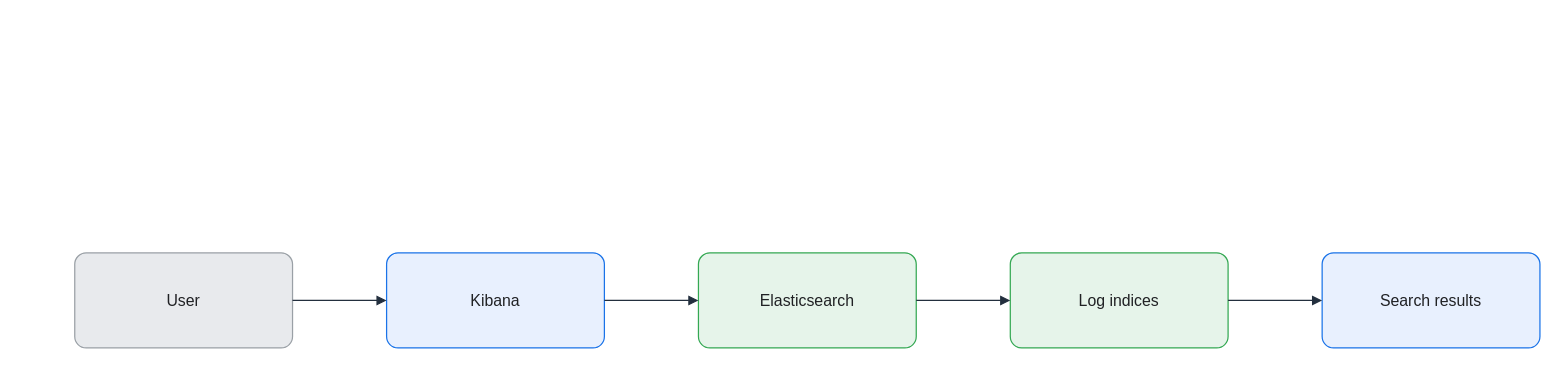
The draw.io diagram assets/img/observability/kibana-query-flow.drawio in KKamJi98/kkamji98.github.io, before the edit. Source tidied: cells renumbered, new cells numbered last; positions are measured from the earlier drawing's top-left corner, leaving out a move shared by most shapes. Both pictures are drawn from the tidied source at 99%, with x=0, y=0 at pixel (74, 252).
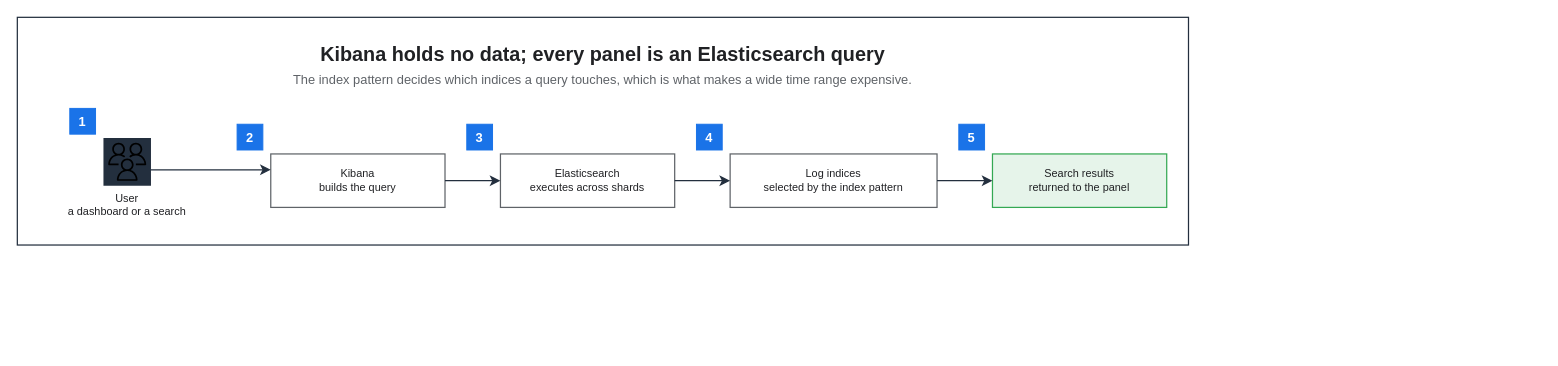
After the change.

What changed in the source:
```diff
@@
 <mxGraphModel background="#FFFFFF">
   <root>
     <mxCell id="0" />
     <mxCell id="1" parent="0" />
-    <mxCell id="2" value="User" style="rounded=1;arcSize=12;whiteSpace=wrap;html=0;fillColor=#E8EAED;strokeColor=#9AA0A6;strokeWidth=1.25;fontColor=#202124;fontSize=16;align=center;verticalAlign=middle;spacing=8;shadow=0;" parent="1" vertex="1">
-      <mxGeometry width="220" height="96" as="geometry" />
-    </mxCell>
-    <mxCell id="3" value="Kibana" style="rounded=1;arcSize=12;whiteSpace=wrap;html=0;fillColor=#E8F0FE;strokeColor=#1A73E8;strokeWidth=1.25;fontColor=#202124;fontSize=16;align=center;verticalAlign=middle;spacing=8;shadow=0;" parent="1" vertex="1">
-      <mxGeometry x="315" width="220" height="96" as="geometry" />
-    </mxCell>
-    <mxCell id="4" value="Elasticsearch" style="rounded=1;arcSize=12;whiteSpace=wrap;html=0;fillColor=#E6F4EA;strokeColor=#34A853;strokeWidth=1.25;fontColor=#202124;fontSize=16;align=center;verticalAlign=middle;spacing=8;shadow=0;" parent="1" vertex="1">
-      <mxGeometry x="630" width="220" height="96" as="geometry" />
-    </mxCell>
-    <mxCell id="5" value="Log indices" style="rounded=1;arcSize=12;whiteSpace=wrap;html=0;fillColor=#E6F4EA;strokeColor=#34A853;strokeWidth=1.25;fontColor=#202124;fontSize=16;align=center;verticalAlign=middle;spacing=8;shadow=0;" parent="1" vertex="1">
-      <mxGeometry x="945" width="220" height="96" as="geometry" />
-    </mxCell>
-    <mxCell id="6" value="Search results" style="rounded=1;arcSize=12;whiteSpace=wrap;html=0;fillColor=#E8F0FE;strokeColor=#1A73E8;strokeWidth=1.25;fontColor=#202124;fontSize=16;align=center;verticalAlign=middle;spacing=8;shadow=0;" parent="1" vertex="1">
-      <mxGeometry x="1260" width="220" height="96" as="geometry" />
-    </mxCell>
-    <mxCell id="7" style="edgeStyle=orthogonalEdgeStyle;rounded=0;jettySize=auto;html=0;endArrow=block;endFill=1;strokeColor=#232F3E;strokeWidth=1.25;fontColor=#202124;labelBackgroundColor=none;exitX=1;exitY=0.5;exitDx=0;exitDy=0;entryX=0;entryY=0.5;entryDx=0;entryDy=0;endSize=7;" parent="1" edge="1" source="2" target="3">
-      <mxGeometry relative="1" as="geometry" />
-    </mxCell>
-    <mxCell id="8" style="edgeStyle=orthogonalEdgeStyle;rounded=0;jettySize=auto;html=0;endArrow=block;endFill=1;strokeColor=#232F3E;strokeWidth=1.25;fontColor=#202124;labelBackgroundColor=none;exitX=1;exitY=0.5;exitDx=0;exitDy=0;entryX=0;entryY=0.5;entryDx=0;entryDy=0;endSize=7;" parent="1" edge="1" source="3" target="4">
-      <mxGeometry relative="1" as="geometry" />
-    </mxCell>
-    <mxCell id="9" style="edgeStyle=orthogonalEdgeStyle;rounded=0;jettySize=auto;html=0;endArrow=block;endFill=1;strokeColor=#232F3E;strokeWidth=1.25;fontColor=#202124;labelBackgroundColor=none;exitX=1;exitY=0.5;exitDx=0;exitDy=0;entryX=0;entryY=0.5;entryDx=0;entryDy=0;endSize=7;" parent="1" edge="1" source="4" target="5">
-      <mxGeometry relative="1" as="geometry" />
-    </mxCell>
-    <mxCell id="10" style="edgeStyle=orthogonalEdgeStyle;rounded=0;jettySize=auto;html=0;endArrow=block;endFill=1;strokeColor=#232F3E;strokeWidth=1.25;fontColor=#202124;labelBackgroundColor=none;exitX=1;exitY=0.5;exitDx=0;exitDy=0;entryX=0;entryY=0.5;entryDx=0;entryDy=0;endSize=7;" parent="1" edge="1" source="5" target="6">
-      <mxGeometry relative="1" as="geometry" />
-    </mxCell>
+    <mxCell id="11" style="rounded=0;html=0;fillColor=none;strokeColor=#232F3E;fontColor=#202124;strokeWidth=1.25;" parent="1" vertex="1">
+      <mxGeometry x="-58" y="-238" width="1183" height="230" as="geometry" />
+    </mxCell>
+    <mxCell id="12" value="Kibana holds no data; every panel is an Elasticsearch query" style="text;html=0;whiteSpace=wrap;fillColor=none;strokeColor=none;fontColor=#202124;fontSize=20;fontStyle=1;align=center;verticalAlign=middle;" parent="1" vertex="1">
+      <mxGeometry x="-36" y="-216" width="1139" height="30" as="geometry" />
+    </mxCell>
+    <mxCell id="13" value="The index pattern decides which indices a query touches, which is what makes a wide time range expensive." style="text;html=0;whiteSpace=wrap;fillColor=none;strokeColor=none;fontColor=#5F6368;fontSize=13;fontStyle=0;align=center;verticalAlign=middle;" parent="1" vertex="1">
+      <mxGeometry x="-36" y="-186" width="1139" height="22" as="geometry" />
+    </mxCell>
+    <mxCell id="14" value="User&#10;a dashboard or a search" style="sketch=0;outlineConnect=0;gradientColor=none;html=0;whiteSpace=nowrap;fontSize=11;fontStyle=0;fontColor=#202124;verticalLabelPosition=bottom;verticalAlign=top;align=center;labelBackgroundColor=none;fillColor=#232F3E;strokeColor=none;dashed=0;shape=mxgraph.aws4.resourceIcon;resIcon=mxgraph.aws4.users;" parent="1" vertex="1">
+      <mxGeometry x="29" y="-116" width="48" height="48" as="geometry" />
+    </mxCell>
+    <mxCell id="15" value="Kibana&#10;builds the query" style="rounded=0;whiteSpace=wrap;html=0;fillColor=#FFFFFF;strokeColor=#5F6368;fontColor=#202124;fontSize=11;fontStyle=0;align=center;verticalAlign=middle;spacingLeft=6;spacingRight=6;strokeWidth=1.25;" parent="1" vertex="1">
+      <mxGeometry x="198" y="-100" width="176" height="54" as="geometry" />
+    </mxCell>
+    <mxCell id="16" value="Elasticsearch&#10;executes across shards" style="rounded=0;whiteSpace=wrap;html=0;fillColor=#FFFFFF;strokeColor=#5F6368;fontColor=#202124;fontSize=11;fontStyle=0;align=center;verticalAlign=middle;spacingLeft=6;spacingRight=6;strokeWidth=1.25;" parent="1" vertex="1">
+      <mxGeometry x="430" y="-100" width="176" height="54" as="geometry" />
+    </mxCell>
+    <mxCell id="17" value="Log indices&#10;selected by the index pattern" style="rounded=0;whiteSpace=wrap;html=0;fillColor=#FFFFFF;strokeColor=#5F6368;fontColor=#202124;fontSize=11;fontStyle=0;align=center;verticalAlign=middle;spacingLeft=6;spacingRight=6;strokeWidth=1.25;" parent="1" vertex="1">
+      <mxGeometry x="662" y="-100" width="209" height="54" as="geometry" />
+    </mxCell>
+    <mxCell id="18" value="Search results&#10;returned to the panel" style="rounded=0;whiteSpace=wrap;html=0;fillColor=#E6F4EA;strokeColor=#34A853;fontColor=#202124;fontSize=11;fontStyle=0;align=center;verticalAlign=middle;spacingLeft=6;spacingRight=6;strokeWidth=1.25;" parent="1" vertex="1">
+      <mxGeometry x="927" y="-100" width="176" height="54" as="geometry" />
+    </mxCell>
+    <mxCell id="19" value="1" style="rounded=0;whiteSpace=wrap;html=0;fillColor=#1A73E8;strokeColor=#1A73E8;fontColor=#FFFFFF;fontSize=13;fontStyle=1;align=center;verticalAlign=middle;" parent="1" vertex="1">
+      <mxGeometry x="-5" y="-146" width="26" height="26" as="geometry" />
+    </mxCell>
+    <mxCell id="20" value="2" style="rounded=0;whiteSpace=wrap;html=0;fillColor=#1A73E8;strokeColor=#1A73E8;fontColor=#FFFFFF;fontSize=13;fontStyle=1;align=center;verticalAlign=middle;" parent="1" vertex="1">
+      <mxGeometry x="164" y="-130" width="26" height="26" as="geometry" />
+    </mxCell>
+    <mxCell id="21" value="3" style="rounded=0;whiteSpace=wrap;html=0;fillColor=#1A73E8;strokeColor=#1A73E8;fontColor=#FFFFFF;fontSize=13;fontStyle=1;align=center;verticalAlign=middle;" parent="1" vertex="1">
+      <mxGeometry x="396" y="-130" width="26" height="26" as="geometry" />
+    </mxCell>
+    <mxCell id="22" value="4" style="rounded=0;whiteSpace=wrap;html=0;fillColor=#1A73E8;strokeColor=#1A73E8;fontColor=#FFFFFF;fontSize=13;fontStyle=1;align=center;verticalAlign=middle;" parent="1" vertex="1">
+      <mxGeometry x="628" y="-130" width="26" height="26" as="geometry" />
+    </mxCell>
+    <mxCell id="23" value="5" style="rounded=0;whiteSpace=wrap;html=0;fillColor=#1A73E8;strokeColor=#1A73E8;fontColor=#FFFFFF;fontSize=13;fontStyle=1;align=center;verticalAlign=middle;" parent="1" vertex="1">
+      <mxGeometry x="893" y="-130" width="26" height="26" as="geometry" />
+    </mxCell>
+    <mxCell id="24" style="edgeStyle=orthogonalEdgeStyle;rounded=0;html=0;strokeColor=#232F3E;strokeWidth=1.25;endArrow=classic;endFill=1;endSize=7;fontSize=11;fontColor=#202124;labelBackgroundColor=none;jettySize=14;exitX=1;exitY=0.6667;entryX=0;entryY=0.2963;exitDx=0;exitDy=0;entryDx=0;entryDy=0;" parent="1" edge="1" source="14" target="15">
+      <mxGeometry relative="1" as="geometry" />
+    </mxCell>
+    <mxCell id="25" style="edgeStyle=orthogonalEdgeStyle;rounded=0;html=0;strokeColor=#232F3E;strokeWidth=1.25;endArrow=classic;endFill=1;endSize=7;fontSize=11;fontColor=#202124;labelBackgroundColor=none;jettySize=14;exitX=1;exitY=0.5;entryX=0;entryY=0.5;exitDx=0;exitDy=0;entryDx=0;entryDy=0;" parent="1" edge="1" source="15" target="16">
+      <mxGeometry relative="1" as="geometry" />
+    </mxCell>
+    <mxCell id="26" style="edgeStyle=orthogonalEdgeStyle;rounded=0;html=0;strokeColor=#232F3E;strokeWidth=1.25;endArrow=classic;endFill=1;endSize=7;fontSize=11;fontColor=#202124;labelBackgroundColor=none;jettySize=14;exitX=1;exitY=0.5;entryX=0;entryY=0.5;exitDx=0;exitDy=0;entryDx=0;entryDy=0;" parent="1" edge="1" source="16" target="17">
+      <mxGeometry relative="1" as="geometry" />
+    </mxCell>
+    <mxCell id="27" style="edgeStyle=orthogonalEdgeStyle;rounded=0;html=0;strokeColor=#232F3E;strokeWidth=1.25;endArrow=classic;endFill=1;endSize=7;fontSize=11;fontColor=#202124;labelBackgroundColor=none;jettySize=14;exitX=1;exitY=0.5;entryX=0;entryY=0.5;exitDx=0;exitDy=0;entryDx=0;entryDy=0;" parent="1" edge="1" source="17" target="18">
+      <mxGeometry relative="1" as="geometry" />
+    </mxCell>
   </root>
 </mxGraphModel>
```
